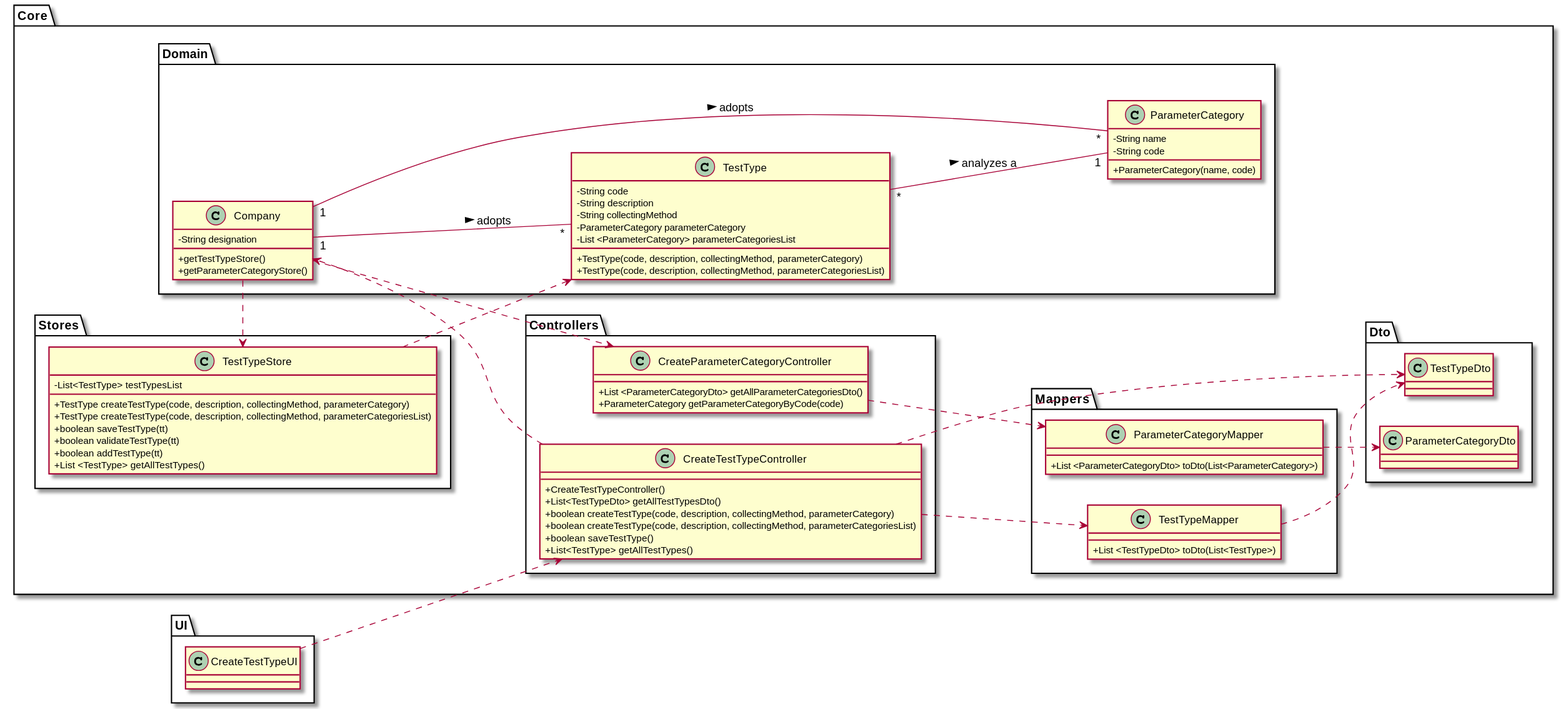
Earlier version of the PlantUML export docs/SprintC/US09/US09-CD.svg (0franciscor/lei-21-s2-1de-g19).
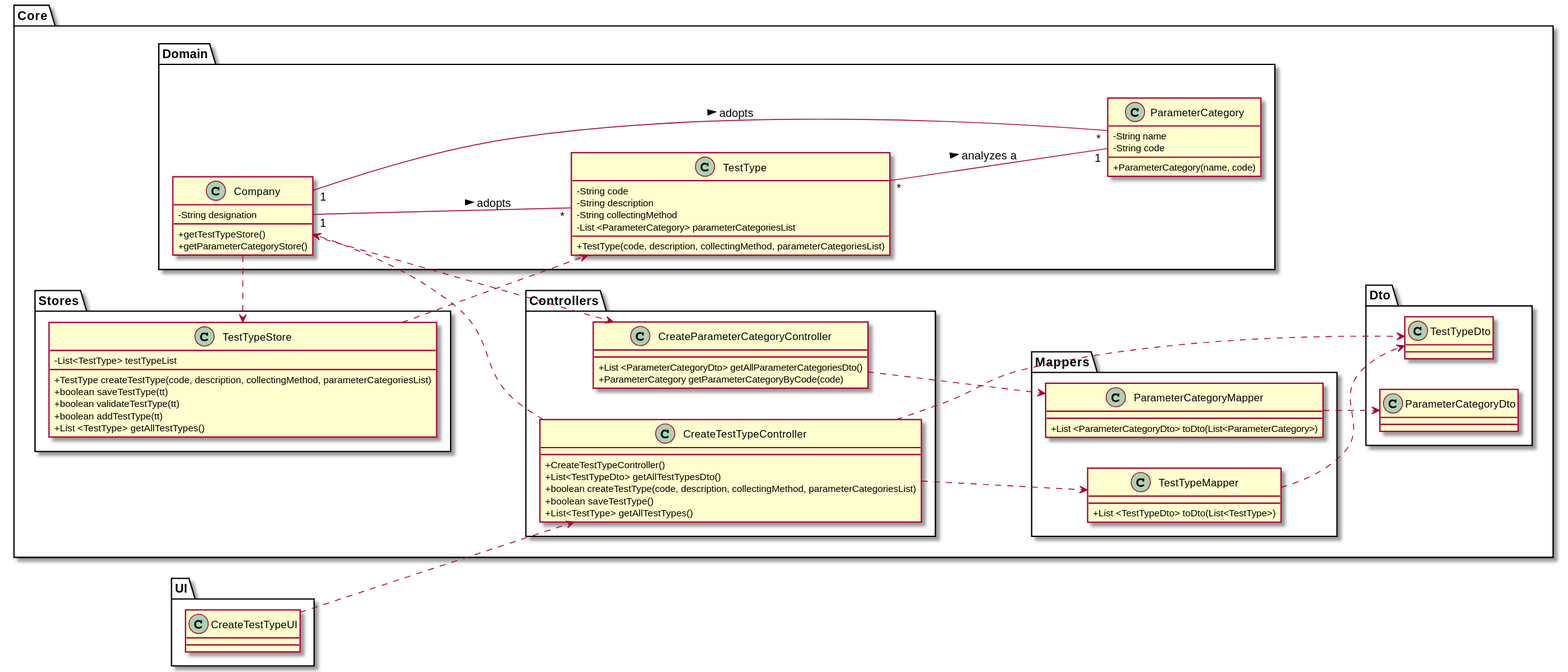
The same file after the commit.

The edit, as a diff of the source:
```diff
@@ -21,9 +21,7 @@
 -String code
 -String description
 -String collectingMethod
--ParameterCategory parameterCategory
 -List <ParameterCategory> parameterCategoriesList
-+TestType(code, description, collectingMethod, parameterCategory)
 +TestType(code, description, collectingMethod, parameterCategoriesList)
 }
 
@@ -33,8 +31,7 @@
 
 package Stores{
 class "TestTypeStore" as TTS{
--List<TestType> testTypesList
-+TestType createTestType(code, description, collectingMethod, parameterCategory)
+-List<TestType> testTypeList
 +TestType createTestType(code, description, collectingMethod, parameterCategoriesList)
 +boolean saveTestType(tt)
 +boolean validateTestType(tt)
@@ -49,7 +46,6 @@
 class "CreateTestTypeController" as CTTC {
 +CreateTestTypeController()
 +List<TestTypeDto> getAllTestTypesDto()
-+boolean createTestType(code, description, collectingMethod, parameterCategory)
 +boolean createTestType(code, description, collectingMethod, parameterCategoriesList)
 +boolean saveTestType()
 +List<TestType> getAllTestTypes()
```
